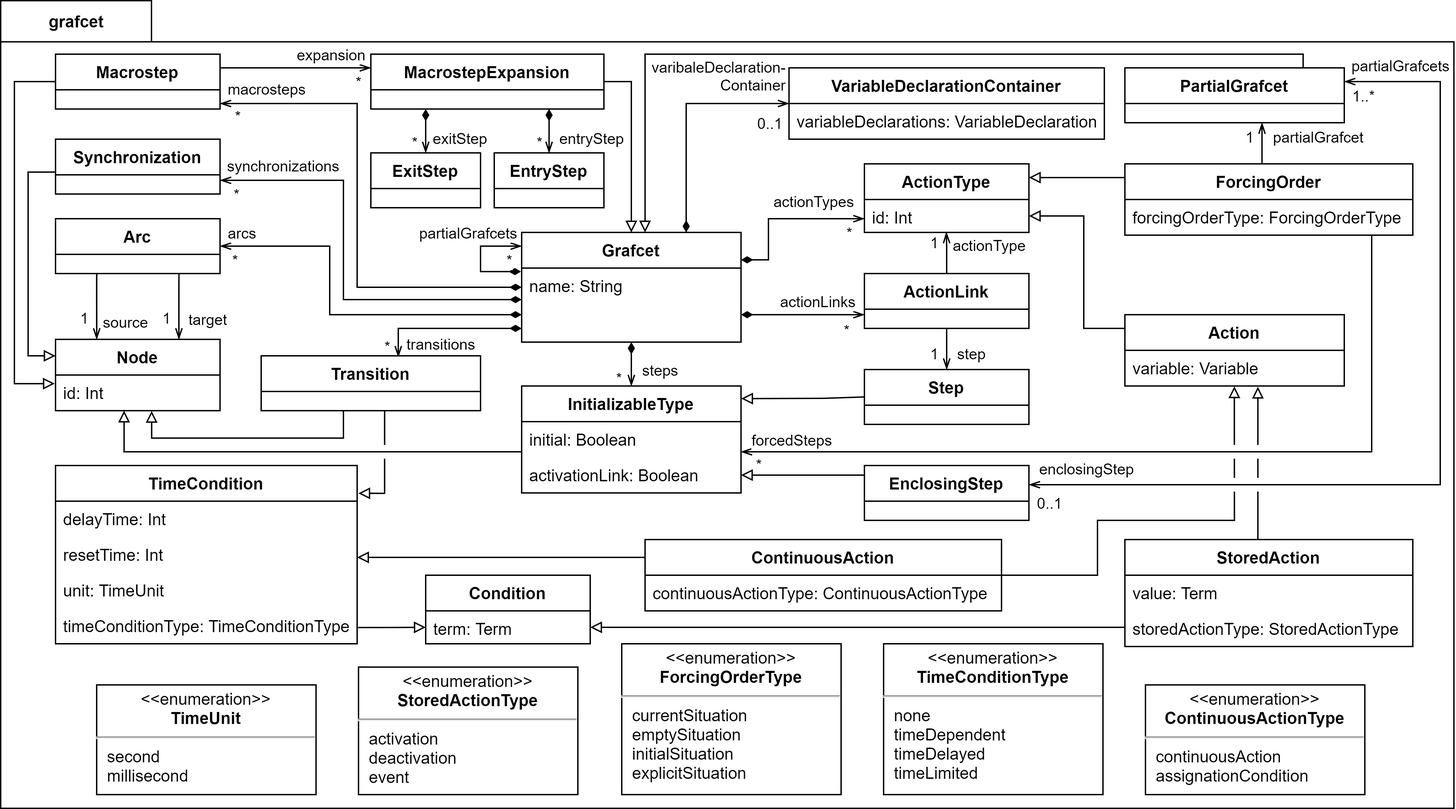
Project-AGRAFE/GRAFCET-meta-model keeps this draw.io diagram as docs/images/grafcet-package.png. Above is the earlier version. Source tidied: cells renumbered, new cells last; positions are measured from the earlier drawing's top-left corner, leaving out a move shared by most shapes.
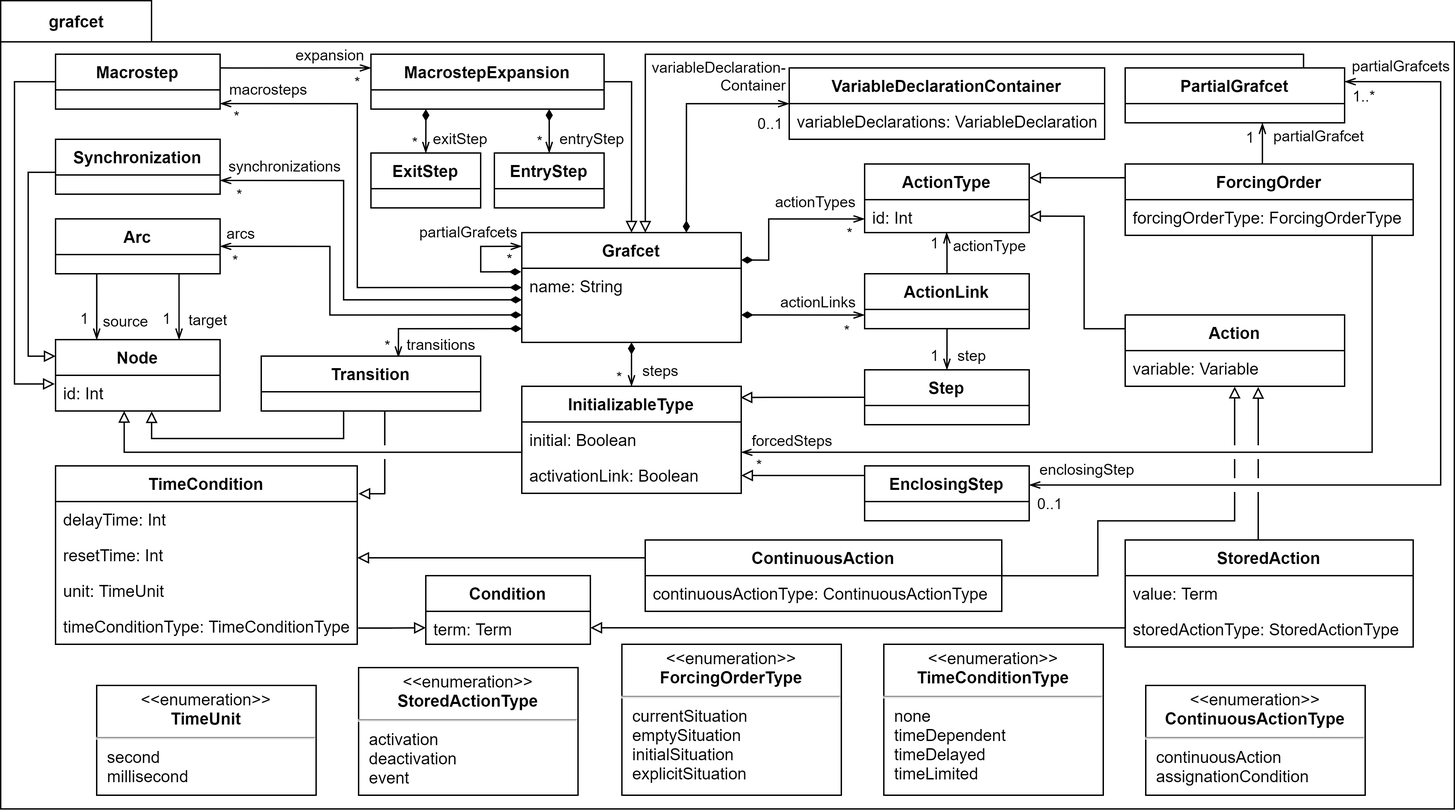
Later version of the same file.

Change to the diagram source:
```diff
@@ -92,11 +92,10 @@
         </Array>
       </mxGeometry>
     </mxCell>
-    <mxCell id="18" style="edgeStyle=orthogonalEdgeStyle;rounded=0;jettySize=auto;html=1;endArrow=block;endFill=0;exitX=0;exitY=0.5;exitDx=0;exitDy=0;entryX=1.001;entryY=0.118;entryDx=0;entryDy=0;entryPerimeter=0;fontStyle=0;" parent="1" edge="1" source="19" target="116">
+    <mxCell id="18" style="edgeStyle=orthogonalEdgeStyle;rounded=0;jettySize=auto;html=1;endArrow=block;endFill=0;exitX=0;exitY=0.5;exitDx=0;exitDy=0;fontStyle=0;entryX=0.509;entryY=0.491;entryDx=0;entryDy=0;entryPerimeter=0;" parent="1" edge="1" source="19" target="2">
       <mxGeometry relative="1" as="geometry">
         <Array as="points">
-          <mxPoint x="600" y="290" />
-          <mxPoint x="560" y="290" />
+          <mxPoint x="560" y="289" />
         </Array>
       </mxGeometry>
     </mxCell>
@@ -390,7 +389,7 @@
     <mxCell id="79" style="edgeStyle=orthogonalEdgeStyle;rounded=0;jettySize=auto;html=1;entryX=0.75;entryY=0;entryDx=0;entryDy=0;startArrow=openThin;startFill=0;endArrow=diamondThin;endFill=1;fontStyle=0;" parent="1" edge="1" source="82" target="4">
       <mxGeometry relative="1" as="geometry" />
     </mxCell>
-    <mxCell id="80" value="varibaleDeclaration-&lt;br&gt;Container" style="edgeLabel;html=1;align=right;verticalAlign=middle;fontStyle=0;" parent="79" vertex="1">
+    <mxCell id="80" value="variableDeclaration-&lt;br&gt;Container" style="edgeLabel;html=1;align=right;verticalAlign=middle;fontStyle=0;" parent="79" vertex="1">
       <mxGeometry x="0.03" y="2" relative="1" as="geometry">
         <mxPoint x="71" y="-32.7" as="offset" />
       </mxGeometry>
```
